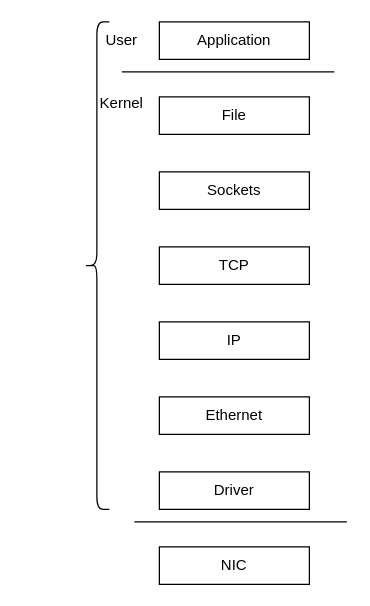
Before: page "Page-4" (4 of 4) of network basic.drawio in wehyy/my-world, a draw.io diagram. Source tidied: cells renumbered, new cells numbered last; positions are measured from the earlier drawing's top-left corner, leaving out a move shared by most shapes. Both pictures are drawn from the tidied source at 125%, with x=0, y=0 at pixel (84, 21).
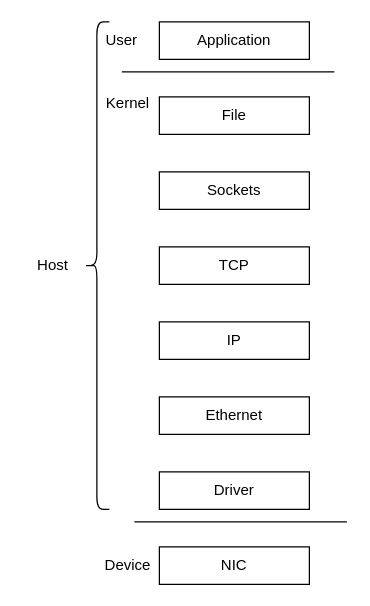
Above is the later version.

Diff of the diagram source:
```diff
@@
 <mxGraphModel>
   <root>
     <mxCell id="0" />
     <mxCell id="1" parent="0" />
     <mxCell id="2" value="Application" style="rounded=0;whiteSpace=wrap;html=1;" parent="1" vertex="1">
       <mxGeometry x="60" width="120" height="30" as="geometry" />
     </mxCell>
     <mxCell id="3" value="File" style="rounded=0;whiteSpace=wrap;html=1;" parent="1" vertex="1">
       <mxGeometry x="60" y="60" width="120" height="30" as="geometry" />
     </mxCell>
     <mxCell id="4" value="Sockets" style="rounded=0;whiteSpace=wrap;html=1;" parent="1" vertex="1">
       <mxGeometry x="60" y="120" width="120" height="30" as="geometry" />
     </mxCell>
     <mxCell id="5" value="TCP" style="rounded=0;whiteSpace=wrap;html=1;" parent="1" vertex="1">
       <mxGeometry x="60" y="180" width="120" height="30" as="geometry" />
     </mxCell>
     <mxCell id="6" value="IP" style="rounded=0;whiteSpace=wrap;html=1;" parent="1" vertex="1">
       <mxGeometry x="60" y="240" width="120" height="30" as="geometry" />
     </mxCell>
     <mxCell id="7" value="Ethernet" style="rounded=0;whiteSpace=wrap;html=1;" parent="1" vertex="1">
       <mxGeometry x="60" y="300" width="120" height="30" as="geometry" />
     </mxCell>
     <mxCell id="8" value="Driver" style="rounded=0;whiteSpace=wrap;html=1;" parent="1" vertex="1">
       <mxGeometry x="60" y="360" width="120" height="30" as="geometry" />
     </mxCell>
     <mxCell id="9" value="NIC" style="rounded=0;whiteSpace=wrap;html=1;" parent="1" vertex="1">
       <mxGeometry x="60" y="420" width="120" height="30" as="geometry" />
     </mxCell>
     <mxCell id="10" style="shape=curlyBracket;whiteSpace=wrap;html=1;rounded=1;labelPosition=left;verticalLabelPosition=middle;align=right;verticalAlign=middle;" parent="1" vertex="1">
       <mxGeometry width="20" height="390" as="geometry" />
     </mxCell>
     <mxCell id="11" value="User" style="text;html=1;strokeColor=none;fillColor=none;align=center;verticalAlign=middle;whiteSpace=wrap;rounded=0;" parent="1" vertex="1">
       <mxGeometry width="60" height="30" as="geometry" />
     </mxCell>
     <mxCell id="12" style="endArrow=none;html=1;rounded=0;" parent="1" edge="1">
       <mxGeometry relative="1" as="geometry">
         <mxPoint x="30" y="40" as="sourcePoint" />
         <mxPoint x="200" y="40" as="targetPoint" />
       </mxGeometry>
     </mxCell>
     <mxCell id="13" style="endArrow=none;html=1;rounded=0;" parent="1" edge="1">
       <mxGeometry relative="1" as="geometry">
         <mxPoint x="40" y="400" as="sourcePoint" />
         <mxPoint x="210" y="400" as="targetPoint" />
       </mxGeometry>
     </mxCell>
     <mxCell id="14" value="Kernel" style="text;html=1;strokeColor=none;fillColor=none;align=center;verticalAlign=middle;whiteSpace=wrap;rounded=0;" parent="1" vertex="1">
-      <mxGeometry y="50" width="60" height="30" as="geometry" />
+      <mxGeometry x="10" y="50" width="50" height="30" as="geometry" />
     </mxCell>
+    <mxCell id="15" value="Device" style="text;html=1;strokeColor=none;fillColor=none;align=center;verticalAlign=middle;whiteSpace=wrap;rounded=0;" parent="1" vertex="1">
+      <mxGeometry x="10" y="420" width="50" height="30" as="geometry" />
+    </mxCell>
+    <mxCell id="16" value="Host" style="text;html=1;strokeColor=none;fillColor=none;align=center;verticalAlign=middle;whiteSpace=wrap;rounded=0;" parent="1" vertex="1">
+      <mxGeometry x="-50" y="180" width="50" height="30" as="geometry" />
+    </mxCell>
   </root>
 </mxGraphModel>
```
